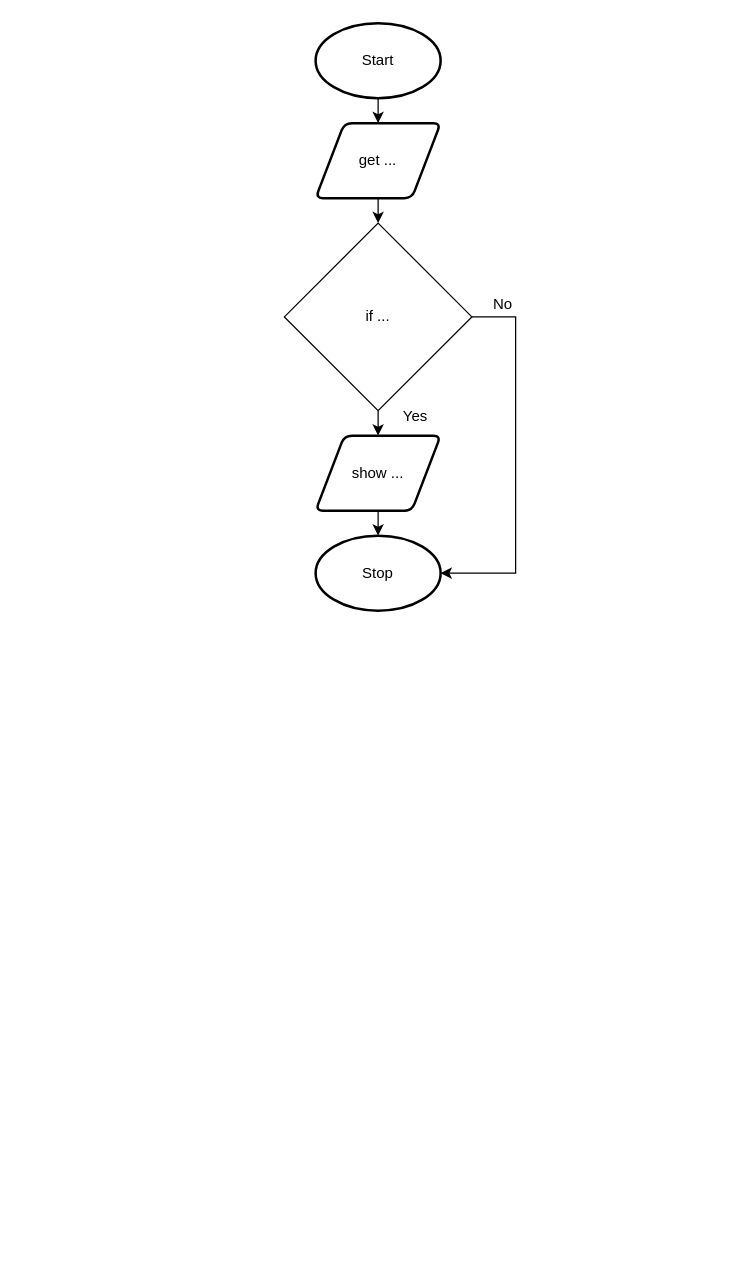
The draw.io diagram drawio/flowchart/flowchart.drawio in Aidan-Lalonde-Novales/ICS3U-Unit4-05-Python, before the edit. Source tidied: cells renumbered, new cells numbered last; positions are measured from the earlier drawing's top-left corner, leaving out a move shared by most shapes. Both pictures are drawn from the tidied source at 125%, with x=0, y=0 at pixel (284, 22).
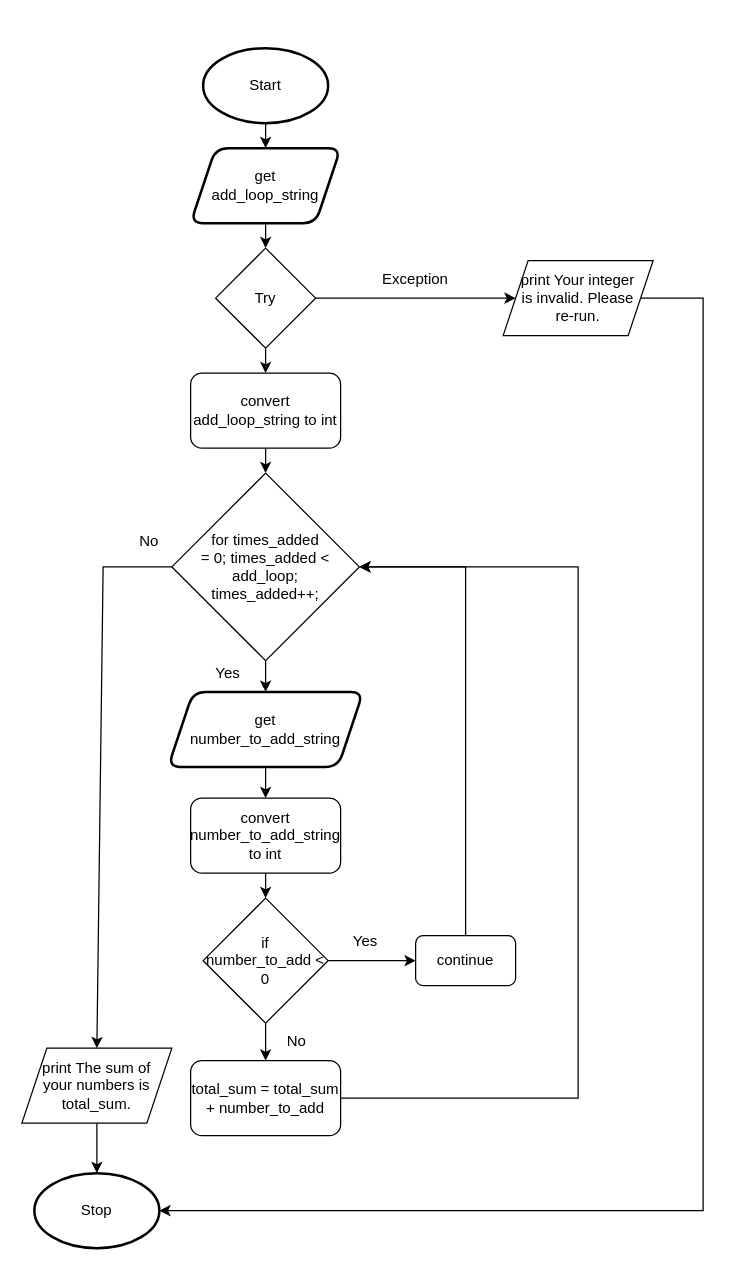
Above is the later version.

Change to the diagram source:
```diff
@@
-    <mxCell id="2" style="edgeStyle=none;html=1;exitX=0.5;exitY=1;exitDx=0;exitDy=0;exitPerimeter=0;entryX=0.5;entryY=0;entryDx=0;entryDy=0;" parent="1" edge="1" source="3" target="5">
-      <mxGeometry relative="1" as="geometry" />
-    </mxCell>
+    <mxCell id="14" style="edgeStyle=none;html=1;exitX=0.5;exitY=1;exitDx=0;exitDy=0;exitPerimeter=0;entryX=0.5;entryY=0;entryDx=0;entryDy=0;" parent="1" edge="1" source="3" target="19">
+      <mxGeometry relative="1" as="geometry" />
+    </mxCell>
     <mxCell id="3" value="Start" style="strokeWidth=2;html=1;shape=mxgraph.flowchart.start_1;whiteSpace=wrap;" parent="1" vertex="1">
-      <mxGeometry x="25" width="100" height="60" as="geometry" />
+      <mxGeometry x="-65" y="20" width="100" height="60" as="geometry" />
     </mxCell>
-    <mxCell id="4" style="edgeStyle=none;html=1;exitX=0.5;exitY=1;exitDx=0;exitDy=0;entryX=0.5;entryY=0;entryDx=0;entryDy=0;" parent="1" edge="1" source="5">
-      <mxGeometry relative="1" as="geometry">
-        <mxPoint x="75" y="160" as="targetPoint" />
-      </mxGeometry>
-    </mxCell>
-    <mxCell id="5" value="get ..." style="shape=parallelogram;html=1;strokeWidth=2;perimeter=parallelogramPerimeter;whiteSpace=wrap;rounded=1;arcSize=12;size=0.23;" parent="1" vertex="1">
-      <mxGeometry x="25" y="80" width="100" height="60" as="geometry" />
-    </mxCell>
-    <mxCell id="6" style="edgeStyle=none;html=1;exitX=0.5;exitY=1;exitDx=0;exitDy=0;entryX=0.5;entryY=0;entryDx=0;entryDy=0;entryPerimeter=0;" parent="1" edge="1" source="7" target="8">
-      <mxGeometry relative="1" as="geometry" />
-    </mxCell>
-    <mxCell id="7" value="show ..." style="shape=parallelogram;html=1;strokeWidth=2;perimeter=parallelogramPerimeter;whiteSpace=wrap;rounded=1;arcSize=12;size=0.23;" parent="1" vertex="1">
-      <mxGeometry x="25" y="330" width="100" height="60" as="geometry" />
-    </mxCell>
     <mxCell id="8" value="Stop" style="strokeWidth=2;html=1;shape=mxgraph.flowchart.start_1;whiteSpace=wrap;" parent="1" vertex="1">
-      <mxGeometry x="25" y="410" width="100" height="60" as="geometry" />
+      <mxGeometry x="-200" y="920" width="100" height="60" as="geometry" />
     </mxCell>
-    <mxCell id="9" style="edgeStyle=none;html=1;exitX=0.5;exitY=1;exitDx=0;exitDy=0;entryX=0.5;entryY=0;entryDx=0;entryDy=0;" parent="1" edge="1" source="11" target="7">
-      <mxGeometry relative="1" as="geometry" />
-    </mxCell>
-    <mxCell id="10" style="edgeStyle=none;html=1;exitX=1;exitY=0.5;exitDx=0;exitDy=0;entryX=1;entryY=0.5;entryDx=0;entryDy=0;entryPerimeter=0;rounded=0;" parent="1" edge="1" source="11" target="8">
-      <mxGeometry relative="1" as="geometry">
-        <Array as="points">
-          <mxPoint x="185" y="235" />
-          <mxPoint x="185" y="440" />
-        </Array>
-      </mxGeometry>
-    </mxCell>
-    <mxCell id="11" value="if ..." style="rhombus;whiteSpace=wrap;html=1;" parent="1" vertex="1">
-      <mxGeometry y="160" width="150" height="150" as="geometry" />
-    </mxCell>
-    <mxCell id="12" value="Yes" style="text;html=1;strokeColor=none;fillColor=none;align=center;verticalAlign=middle;whiteSpace=wrap;rounded=0;" parent="1" vertex="1">
-      <mxGeometry x="75" y="300" width="60" height="30" as="geometry" />
-    </mxCell>
-    <mxCell id="13" value="No" style="text;html=1;strokeColor=none;fillColor=none;align=center;verticalAlign=middle;whiteSpace=wrap;rounded=0;" parent="1" vertex="1">
-      <mxGeometry x="145" y="210" width="60" height="30" as="geometry" />
-    </mxCell>
+    <mxCell id="15" style="edgeStyle=none;html=1;exitX=1;exitY=0.5;exitDx=0;exitDy=0;entryX=0;entryY=0.5;entryDx=0;entryDy=0;" parent="1" edge="1" source="17" target="21">
+      <mxGeometry relative="1" as="geometry" />
+    </mxCell>
+    <mxCell id="16" style="edgeStyle=none;rounded=0;html=1;exitX=0.5;exitY=1;exitDx=0;exitDy=0;entryX=0.5;entryY=0;entryDx=0;entryDy=0;" parent="1" edge="1" source="17" target="37">
+      <mxGeometry relative="1" as="geometry" />
+    </mxCell>
+    <mxCell id="17" value="Try" style="rhombus;whiteSpace=wrap;html=1;" parent="1" vertex="1">
+      <mxGeometry x="-55" y="180" width="80" height="80" as="geometry" />
+    </mxCell>
+    <mxCell id="18" style="edgeStyle=none;html=1;exitX=0.5;exitY=1;exitDx=0;exitDy=0;entryX=0.5;entryY=0;entryDx=0;entryDy=0;" parent="1" edge="1" source="19" target="17">
+      <mxGeometry relative="1" as="geometry" />
+    </mxCell>
+    <mxCell id="19" value="get &lt;br&gt;add_loop_string" style="shape=parallelogram;perimeter=parallelogramPerimeter;whiteSpace=wrap;html=1;fixedSize=1;rounded=1;strokeWidth=2;" parent="1" vertex="1">
+      <mxGeometry x="-75" y="100" width="120" height="60" as="geometry" />
+    </mxCell>
+    <mxCell id="20" style="edgeStyle=none;html=1;exitX=1;exitY=0.5;exitDx=0;exitDy=0;entryX=1;entryY=0.5;entryDx=0;entryDy=0;entryPerimeter=0;rounded=0;" parent="1" edge="1" source="21" target="8">
+      <mxGeometry relative="1" as="geometry">
+        <Array as="points">
+          <mxPoint x="335" y="220" />
+          <mxPoint x="335" y="950" />
+        </Array>
+      </mxGeometry>
+    </mxCell>
+    <mxCell id="21" value="print Your integer &lt;br&gt;is invalid. Please &lt;br&gt;re-run." style="shape=parallelogram;perimeter=parallelogramPerimeter;whiteSpace=wrap;html=1;fixedSize=1;" parent="1" vertex="1">
+      <mxGeometry x="175" y="190" width="120" height="60" as="geometry" />
+    </mxCell>
+    <mxCell id="22" style="edgeStyle=none;rounded=0;html=1;exitX=0.5;exitY=1;exitDx=0;exitDy=0;entryX=0.5;entryY=0;entryDx=0;entryDy=0;" parent="1" edge="1" source="23" target="26">
+      <mxGeometry relative="1" as="geometry" />
+    </mxCell>
+    <mxCell id="23" value="convert number_to_add_string to int" style="rounded=1;whiteSpace=wrap;html=1;" parent="1" vertex="1">
+      <mxGeometry x="-75" y="620" width="120" height="60" as="geometry" />
+    </mxCell>
+    <mxCell id="24" style="edgeStyle=none;rounded=0;html=1;exitX=1;exitY=0.5;exitDx=0;exitDy=0;entryX=0;entryY=0.5;entryDx=0;entryDy=0;" parent="1" edge="1" source="26" target="30">
+      <mxGeometry relative="1" as="geometry" />
+    </mxCell>
+    <mxCell id="25" style="edgeStyle=none;rounded=0;html=1;exitX=0.5;exitY=1;exitDx=0;exitDy=0;entryX=0.5;entryY=0;entryDx=0;entryDy=0;" parent="1" edge="1" source="26" target="42">
+      <mxGeometry relative="1" as="geometry" />
+    </mxCell>
+    <mxCell id="26" value="if &lt;br&gt;number_to_add &amp;lt; 0" style="rhombus;whiteSpace=wrap;html=1;" parent="1" vertex="1">
+      <mxGeometry x="-65" y="700" width="100" height="100" as="geometry" />
+    </mxCell>
+    <mxCell id="27" style="edgeStyle=none;rounded=0;html=1;exitX=0.5;exitY=1;exitDx=0;exitDy=0;entryX=0.5;entryY=0;entryDx=0;entryDy=0;entryPerimeter=0;" parent="1" edge="1" source="28" target="8">
+      <mxGeometry relative="1" as="geometry" />
+    </mxCell>
+    <mxCell id="28" value="print&amp;nbsp;The sum of &lt;br&gt;your numbers is total_sum." style="shape=parallelogram;perimeter=parallelogramPerimeter;whiteSpace=wrap;html=1;fixedSize=1;" parent="1" vertex="1">
+      <mxGeometry x="-210" y="820" width="120" height="60" as="geometry" />
+    </mxCell>
+    <mxCell id="29" style="edgeStyle=none;rounded=0;html=1;exitX=0.5;exitY=0;exitDx=0;exitDy=0;entryX=1;entryY=0.5;entryDx=0;entryDy=0;" parent="1" edge="1" source="30" target="40">
+      <mxGeometry relative="1" as="geometry">
+        <Array as="points">
+          <mxPoint x="145" y="435" />
+        </Array>
+      </mxGeometry>
+    </mxCell>
+    <mxCell id="30" value="continue" style="rounded=1;whiteSpace=wrap;html=1;" parent="1" vertex="1">
+      <mxGeometry x="105" y="730" width="80" height="40" as="geometry" />
+    </mxCell>
+    <mxCell id="31" value="Yes" style="text;html=1;strokeColor=none;fillColor=none;align=center;verticalAlign=middle;whiteSpace=wrap;rounded=0;" parent="1" vertex="1">
+      <mxGeometry x="45" y="720" width="40" height="30" as="geometry" />
+    </mxCell>
+    <mxCell id="32" value="No" style="text;html=1;strokeColor=none;fillColor=none;align=center;verticalAlign=middle;whiteSpace=wrap;rounded=0;" parent="1" vertex="1">
+      <mxGeometry x="-5" y="800" width="30" height="30" as="geometry" />
+    </mxCell>
+    <mxCell id="33" value="Exception" style="text;html=1;strokeColor=none;fillColor=none;align=center;verticalAlign=middle;whiteSpace=wrap;rounded=0;" parent="1" vertex="1">
+      <mxGeometry x="75" y="190" width="60" height="30" as="geometry" />
+    </mxCell>
+    <mxCell id="34" style="edgeStyle=none;rounded=0;html=1;exitX=0.5;exitY=1;exitDx=0;exitDy=0;entryX=0.5;entryY=0;entryDx=0;entryDy=0;" parent="1" edge="1" source="35" target="23">
+      <mxGeometry relative="1" as="geometry" />
+    </mxCell>
+    <mxCell id="35" value="get &lt;br&gt;number_to_add_string" style="shape=parallelogram;perimeter=parallelogramPerimeter;whiteSpace=wrap;html=1;fixedSize=1;rounded=1;strokeWidth=2;" parent="1" vertex="1">
+      <mxGeometry x="-93" y="535" width="156" height="60" as="geometry" />
+    </mxCell>
+    <mxCell id="36" style="edgeStyle=none;rounded=0;html=1;exitX=0.5;exitY=1;exitDx=0;exitDy=0;entryX=0.5;entryY=0;entryDx=0;entryDy=0;" parent="1" edge="1" source="37" target="40">
+      <mxGeometry relative="1" as="geometry" />
+    </mxCell>
+    <mxCell id="37" value="convert add_loop_string to int" style="rounded=1;whiteSpace=wrap;html=1;" parent="1" vertex="1">
+      <mxGeometry x="-75" y="280" width="120" height="60" as="geometry" />
+    </mxCell>
+    <mxCell id="38" style="edgeStyle=none;rounded=0;html=1;exitX=0.5;exitY=1;exitDx=0;exitDy=0;entryX=0.5;entryY=0;entryDx=0;entryDy=0;" parent="1" edge="1" source="40" target="35">
+      <mxGeometry relative="1" as="geometry" />
+    </mxCell>
+    <mxCell id="39" style="edgeStyle=none;rounded=0;html=1;exitX=0;exitY=0.5;exitDx=0;exitDy=0;entryX=0.5;entryY=0;entryDx=0;entryDy=0;" parent="1" edge="1" source="40" target="28">
+      <mxGeometry relative="1" as="geometry">
+        <Array as="points">
+          <mxPoint x="-145" y="435" />
+        </Array>
+      </mxGeometry>
+    </mxCell>
+    <mxCell id="40" value="for times_added &lt;br&gt;= 0; times_added &amp;lt; add_loop; &lt;br&gt;times_added++;" style="rhombus;whiteSpace=wrap;html=1;" parent="1" vertex="1">
+      <mxGeometry x="-90" y="360" width="150" height="150" as="geometry" />
+    </mxCell>
+    <mxCell id="41" style="edgeStyle=none;rounded=0;html=1;exitX=1;exitY=0.5;exitDx=0;exitDy=0;entryX=1;entryY=0.5;entryDx=0;entryDy=0;" parent="1" edge="1" source="42" target="40">
+      <mxGeometry relative="1" as="geometry">
+        <Array as="points">
+          <mxPoint x="235" y="860" />
+          <mxPoint x="235" y="435" />
+        </Array>
+      </mxGeometry>
+    </mxCell>
+    <mxCell id="42" value="total_sum = total_sum + number_to_add" style="rounded=1;whiteSpace=wrap;html=1;" parent="1" vertex="1">
+      <mxGeometry x="-75" y="830" width="120" height="60" as="geometry" />
+    </mxCell>
+    <mxCell id="43" value="Yes" style="text;html=1;strokeColor=none;fillColor=none;align=center;verticalAlign=middle;whiteSpace=wrap;rounded=0;" parent="1" vertex="1">
+      <mxGeometry x="-65" y="505" width="40" height="30" as="geometry" />
+    </mxCell>
+    <mxCell id="44" value="No" style="text;html=1;strokeColor=none;fillColor=none;align=center;verticalAlign=middle;whiteSpace=wrap;rounded=0;" parent="1" vertex="1">
+      <mxGeometry x="-123" y="400" width="30" height="30" as="geometry" />
+    </mxCell>
```
